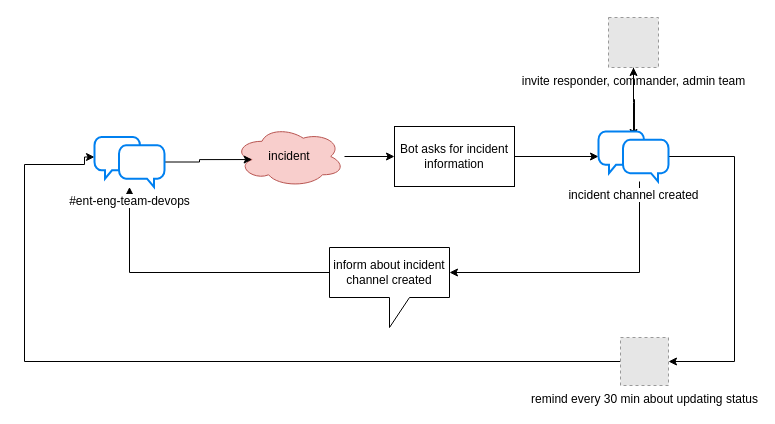
This is docs/src/incidents/devopsbot.drawio from karl-johan-grahn/devopsbot, a draw.io file, before an edit. Source tidied: cells renumbered, new cells numbered last; positions are measured from the earlier drawing's top-left corner, leaving out a move shared by most shapes. Both pictures are drawn from the tidied source at 100%, with x=0, y=0 at pixel (24, 17). Pictures stored in the file or linked from it are replaced by grey dashed boxes.
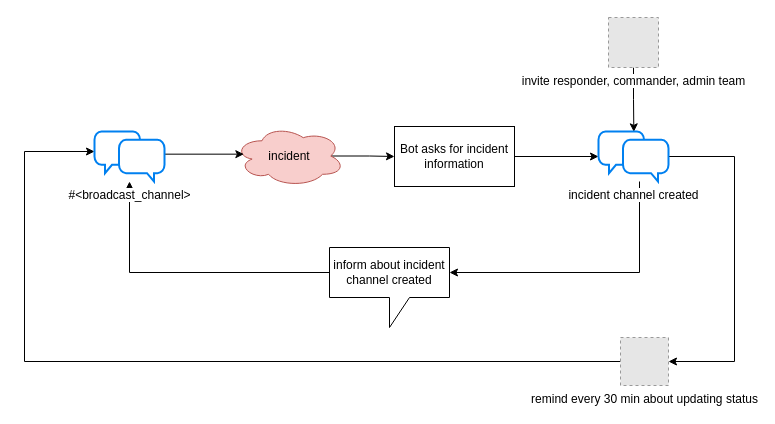
The same diagram, later.

Unchanged cells that the change refers to:
```xml
<mxCell id="6" value="Bot asks for incident information" style="rounded=0;whiteSpace=wrap;html=1;" parent="1" vertex="1">
  <mxGeometry x="370" y="109" width="120" height="60" as="geometry" />
</mxCell>
<mxCell id="12" value="invite responder, commander, admin team" style="fillColor=#E6E6E6;strokeColor=#999999;dashed=1;html=1;verticalAlign=top;verticalLabelPosition=bottom;labelBackgroundColor=#ffffff;" parent="1" vertex="1">
  <mxGeometry x="584" width="50" height="50" as="geometry" />
</mxCell>
<mxCell id="14" value="remind every 30 min about updating status" style="fillColor=#E6E6E6;strokeColor=#999999;dashed=1;html=1;verticalAlign=top;verticalLabelPosition=bottom;labelBackgroundColor=#ffffff;" parent="1" vertex="1">
  <mxGeometry x="596" y="320" width="48" height="48" as="geometry" />
</mxCell>
<mxCell id="17" value="incident channel created" style="html=1;verticalLabelPosition=bottom;align=center;labelBackgroundColor=#ffffff;verticalAlign=top;strokeWidth=2;strokeColor=#0080F0;shadow=0;dashed=0;shape=mxgraph.ios7.icons.chat;" parent="1" vertex="1">
  <mxGeometry x="574" y="114" width="70" height="50" as="geometry" />
</mxCell>
```

What changed in the source:
```diff
@@
-    <mxCell id="2" style="edgeStyle=orthogonalEdgeStyle;rounded=0;jettySize=auto;html=1;entryX=0;entryY=0.5;entryDx=0;entryDy=0;" parent="1" edge="1" source="3" target="6">
+    <mxCell id="2" style="edgeStyle=orthogonalEdgeStyle;rounded=0;jettySize=auto;html=1;entryX=0;entryY=0.5;entryDx=0;entryDy=0;exitX=0.875;exitY=0.5;exitDx=0;exitDy=0;exitPerimeter=0;" parent="1" edge="1" source="3" target="6">
       <mxGeometry relative="1" as="geometry" />
     </mxCell>
     <mxCell id="3" value="incident" style="ellipse;shape=cloud;whiteSpace=wrap;html=1;fillColor=#f8cecc;strokeColor=#b85450;" parent="1" vertex="1">
-      <mxGeometry x="210" y="108.5" width="110" height="61" as="geometry" />
+      <mxGeometry x="210" y="108" width="110" height="61" as="geometry" />
     </mxCell>
-    <mxCell id="4" style="edgeStyle=orthogonalEdgeStyle;rounded=0;jettySize=auto;html=1;entryX=0.16;entryY=0.55;entryDx=0;entryDy=0;entryPerimeter=0;" parent="1" edge="1" source="15" target="3">
-      <mxGeometry relative="1" as="geometry" />
+    <mxCell id="4" style="edgeStyle=orthogonalEdgeStyle;rounded=0;jettySize=auto;html=1;entryX=0.085;entryY=0.47;entryDx=0;entryDy=0;entryPerimeter=0;" parent="1" edge="1" source="15" target="3">
+      <mxGeometry relative="1" as="geometry">
+        <Array as="points">
+          <mxPoint x="219" y="137" />
+        </Array>
+      </mxGeometry>
     </mxCell>
@@
-    <mxCell id="11" style="edgeStyle=orthogonalEdgeStyle;rounded=0;jettySize=auto;html=1;" parent="1" edge="1" source="12">
-      <mxGeometry relative="1" as="geometry">
-        <mxPoint x="609" y="120" as="targetPoint" />
-      </mxGeometry>
+    <mxCell id="11" style="edgeStyle=orthogonalEdgeStyle;rounded=0;jettySize=auto;html=1;entryX=0.505;entryY=0.007;entryDx=0;entryDy=0;entryPerimeter=0;" parent="1" edge="1" source="12" target="17">
+      <mxGeometry relative="1" as="geometry" />
     </mxCell>
@@
     <mxCell id="13" style="edgeStyle=orthogonalEdgeStyle;rounded=0;jettySize=auto;html=1;entryX=0;entryY=0.4;entryDx=0;entryDy=0;entryPerimeter=0;" parent="1" edge="1" source="14" target="15">
       <mxGeometry relative="1" as="geometry">
         <Array as="points">
           <mxPoint y="344" />
-          <mxPoint y="147" />
-          <mxPoint x="60" y="147" />
+          <mxPoint y="134" />
         </Array>
       </mxGeometry>
     </mxCell>
@@
-    <mxCell id="15" value="#ent-eng-team-devops" style="html=1;verticalLabelPosition=bottom;align=center;labelBackgroundColor=#ffffff;verticalAlign=top;strokeWidth=2;strokeColor=#0080F0;shadow=0;dashed=0;shape=mxgraph.ios7.icons.chat;sketch=0;" parent="1" vertex="1">
-      <mxGeometry x="70" y="119.5" width="70" height="50" as="geometry" />
+    <mxCell id="15" value="#&amp;lt;broadcast_channel&amp;gt;" style="html=1;verticalLabelPosition=bottom;align=center;labelBackgroundColor=#ffffff;verticalAlign=top;strokeWidth=2;strokeColor=#0080F0;shadow=0;dashed=0;shape=mxgraph.ios7.icons.chat;sketch=0;" parent="1" vertex="1">
+      <mxGeometry x="70" y="114" width="70" height="50" as="geometry" />
     </mxCell>
-    <mxCell id="16" style="edgeStyle=orthogonalEdgeStyle;rounded=0;jettySize=auto;html=1;exitX=0.514;exitY=-0.02;exitDx=0;exitDy=0;exitPerimeter=0;" parent="1" edge="1" source="17" target="12">
-      <mxGeometry relative="1" as="geometry" />
-    </mxCell>
```
